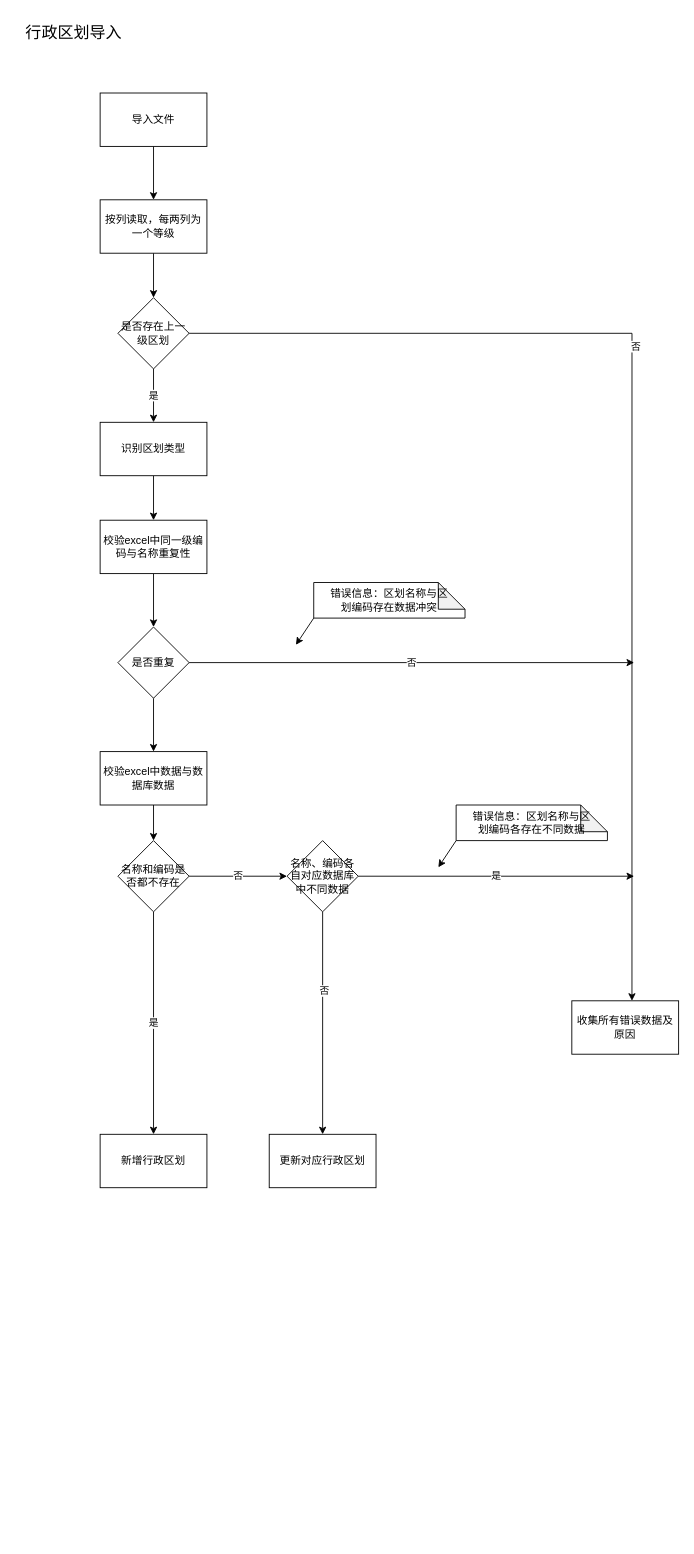
Above: 未命名绘图.drawio in Joyouspeng/joyous (draw.io), before the change. Source tidied: cells renumbered, new cells numbered last; positions are measured from the earlier drawing's top-left corner, leaving out a move shared by most shapes. Both pictures are drawn from the tidied source at 89%, with x=0, y=0 at pixel (15, 15).
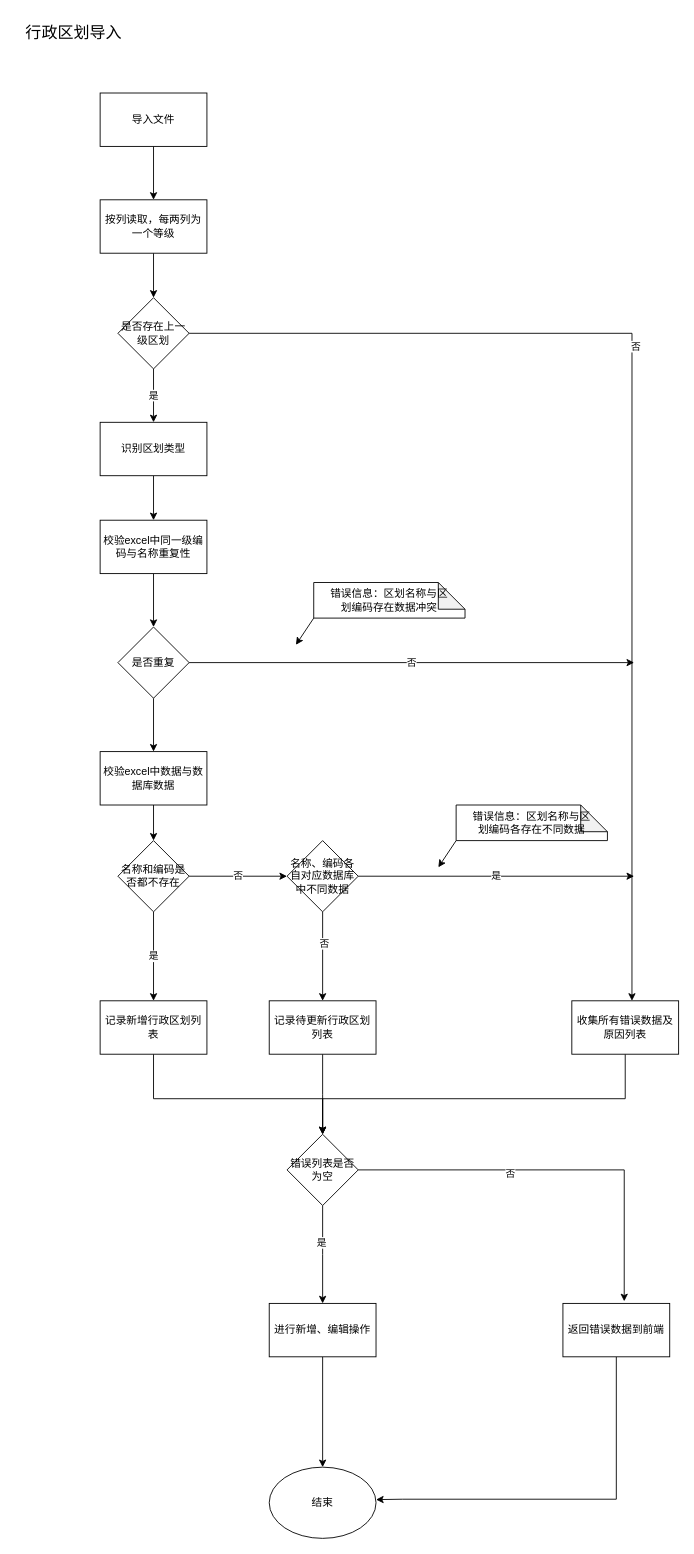
The same page after the edit.

Commit message:
更新未命名绘图.drawio

Diff of the diagram source:
```diff
@@
+    <mxCell id="34" style="edgeStyle=orthogonalEdgeStyle;rounded=0;jettySize=auto;html=1;entryX=0.5;entryY=0;entryDx=0;entryDy=0;" parent="1" edge="1" source="27" target="41">
+      <mxGeometry relative="1" as="geometry">
+        <Array as="points">
+          <mxPoint x="155" y="1217" />
+          <mxPoint x="345" y="1217" />
+        </Array>
+      </mxGeometry>
+    </mxCell>
-    <mxCell id="27" value="新增行政区划" style="rounded=0;whiteSpace=wrap;html=1;" parent="1" vertex="1">
-      <mxGeometry x="95" y="1257" width="120" height="60" as="geometry" />
+    <mxCell id="27" value="记录新增行政区划列表" style="rounded=0;whiteSpace=wrap;html=1;" parent="1" vertex="1">
+      <mxGeometry x="95" y="1107" width="120" height="60" as="geometry" />
     </mxCell>
@@
+    <mxCell id="35" style="edgeStyle=orthogonalEdgeStyle;rounded=0;jettySize=auto;html=1;" parent="1" edge="1" source="30">
+      <mxGeometry relative="1" as="geometry">
+        <mxPoint x="345" y="1257" as="targetPoint" />
+      </mxGeometry>
+    </mxCell>
-    <mxCell id="30" value="更新对应行政区划" style="rounded=0;whiteSpace=wrap;html=1;" parent="1" vertex="1">
-      <mxGeometry x="285" y="1257" width="120" height="60" as="geometry" />
+    <mxCell id="30" value="记录待更新行政区划列表" style="rounded=0;whiteSpace=wrap;html=1;" parent="1" vertex="1">
+      <mxGeometry x="285" y="1107" width="120" height="60" as="geometry" />
     </mxCell>
@@
+    <mxCell id="36" style="edgeStyle=orthogonalEdgeStyle;rounded=0;jettySize=auto;html=1;entryX=0.5;entryY=0;entryDx=0;entryDy=0;" parent="1" edge="1" source="33" target="41">
+      <mxGeometry relative="1" as="geometry">
+        <Array as="points">
+          <mxPoint x="685" y="1217" />
+          <mxPoint x="345" y="1217" />
+        </Array>
+      </mxGeometry>
+    </mxCell>
-    <mxCell id="33" value="收集所有错误数据及原因" style="rounded=0;whiteSpace=wrap;html=1;" parent="1" vertex="1">
+    <mxCell id="33" value="收集所有错误数据及原因列表" style="rounded=0;whiteSpace=wrap;html=1;" parent="1" vertex="1">
       <mxGeometry x="625" y="1107" width="120" height="60" as="geometry" />
     </mxCell>
+    <mxCell id="37" style="edgeStyle=orthogonalEdgeStyle;rounded=0;jettySize=auto;html=1;exitX=0.5;exitY=1;exitDx=0;exitDy=0;" parent="1" edge="1" source="41">
+      <mxGeometry relative="1" as="geometry">
+        <mxPoint x="345" y="1447" as="targetPoint" />
+      </mxGeometry>
+    </mxCell>
+    <mxCell id="38" value="是" style="edgeLabel;html=1;align=center;verticalAlign=middle;" parent="37" vertex="1">
+      <mxGeometry x="-0.26" y="-2" relative="1" as="geometry" />
+    </mxCell>
+    <mxCell id="39" style="edgeStyle=orthogonalEdgeStyle;rounded=0;jettySize=auto;html=1;exitX=1;exitY=0.5;exitDx=0;exitDy=0;entryX=0.574;entryY=-0.039;entryDx=0;entryDy=0;entryPerimeter=0;" parent="1" edge="1" source="41" target="45">
+      <mxGeometry relative="1" as="geometry" />
+    </mxCell>
+    <mxCell id="40" value="否" style="edgeLabel;html=1;align=center;verticalAlign=middle;" parent="39" vertex="1">
+      <mxGeometry x="-0.24" y="-3" relative="1" as="geometry" />
+    </mxCell>
+    <mxCell id="41" value="错误列表是否为空" style="rhombus;whiteSpace=wrap;html=1;" parent="1" vertex="1">
+      <mxGeometry x="305" y="1257" width="80" height="80" as="geometry" />
+    </mxCell>
+    <mxCell id="42" style="edgeStyle=orthogonalEdgeStyle;rounded=0;jettySize=auto;html=1;entryX=0.5;entryY=0;entryDx=0;entryDy=0;" parent="1" edge="1" source="43" target="46">
+      <mxGeometry relative="1" as="geometry" />
+    </mxCell>
+    <mxCell id="43" value="进行新增、编辑操作" style="rounded=0;whiteSpace=wrap;html=1;" parent="1" vertex="1">
+      <mxGeometry x="285" y="1447" width="120" height="60" as="geometry" />
+    </mxCell>
+    <mxCell id="44" style="edgeStyle=orthogonalEdgeStyle;rounded=0;jettySize=auto;html=1;entryX=1;entryY=0.456;entryDx=0;entryDy=0;entryPerimeter=0;" parent="1" edge="1" source="45" target="46">
+      <mxGeometry relative="1" as="geometry">
+        <Array as="points">
+          <mxPoint x="675" y="1667" />
+          <mxPoint x="435" y="1667" />
+        </Array>
+      </mxGeometry>
+    </mxCell>
+    <mxCell id="45" value="返回错误数据到前端" style="rounded=0;whiteSpace=wrap;html=1;" parent="1" vertex="1">
+      <mxGeometry x="615" y="1447" width="120" height="60" as="geometry" />
+    </mxCell>
+    <mxCell id="46" value="结束" style="ellipse;whiteSpace=wrap;html=1;" parent="1" vertex="1">
+      <mxGeometry x="285" y="1631" width="120" height="80" as="geometry" />
+    </mxCell>
```
